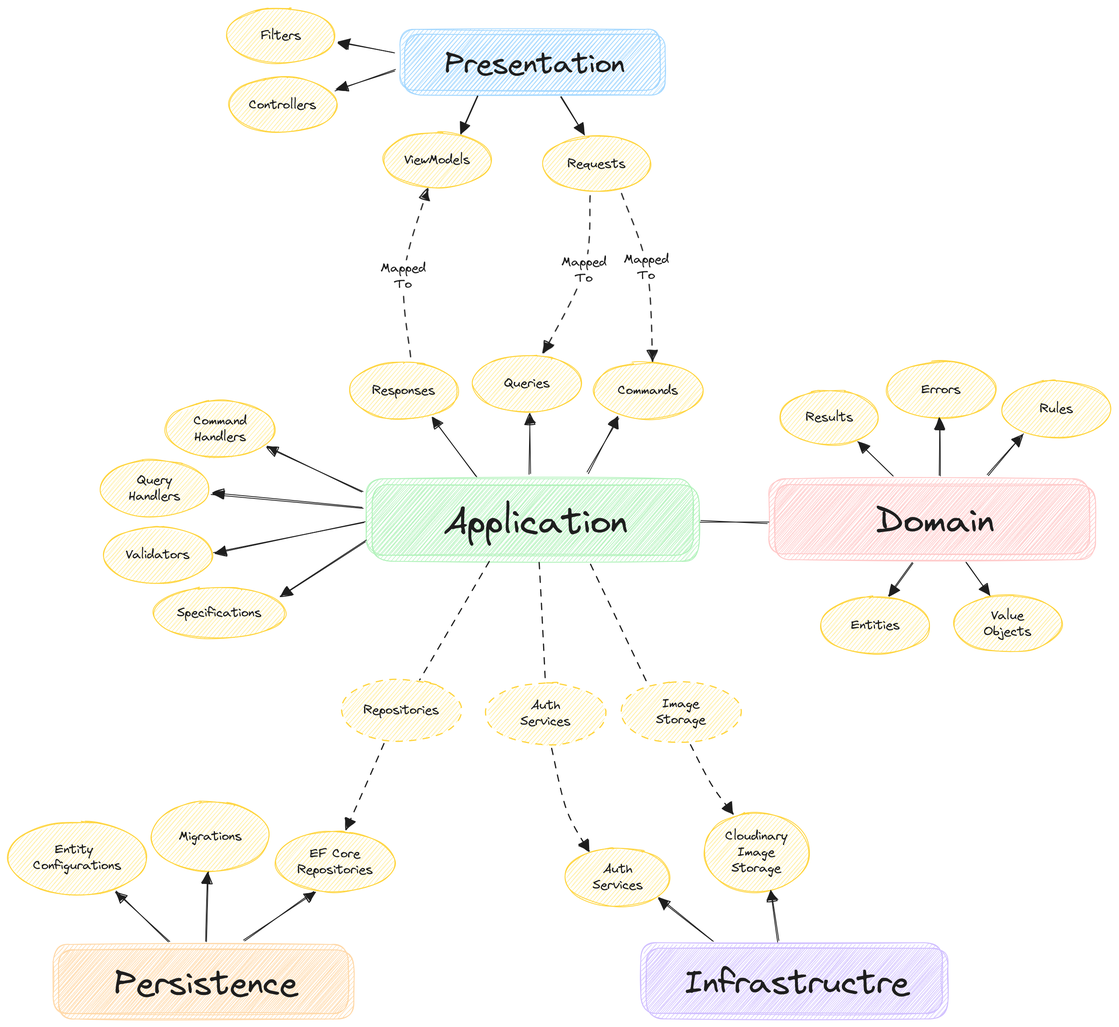
Above: documentations/Excalidraw-ComponentDiagram.png in DotNetBackendTraining/travel-and-accommodation-booking-platform (Excalidraw), before the change. Source tidied: one line per element, renumbered; positions are measured from the earlier drawing's top-left corner, leaving out a move shared by most shapes.
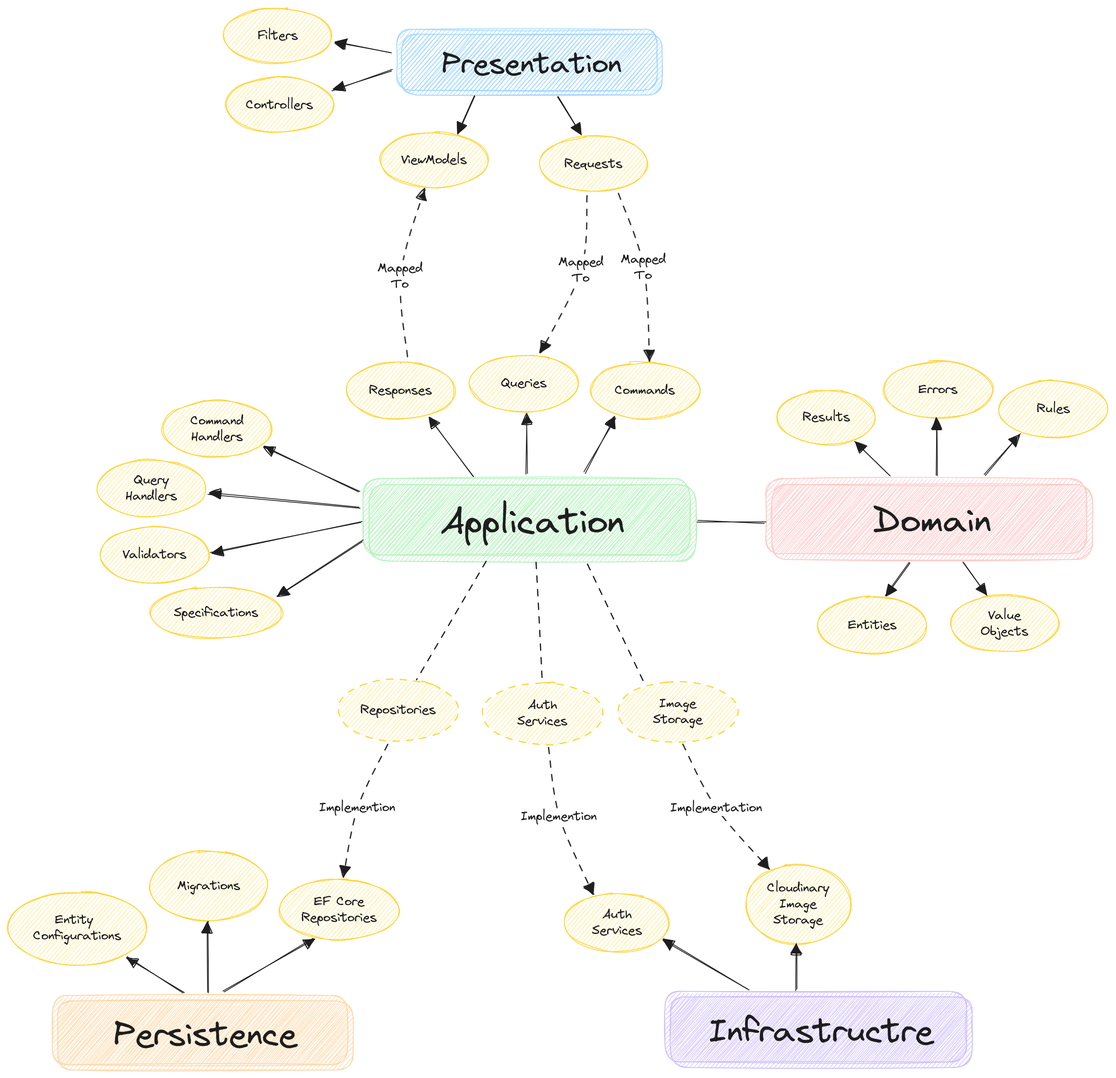
Above is the later version.

Commit message:
TABP-233 Add QueryRequestFlow diagram

Diff of the diagram source:
```diff
@@ -7,12 +7,12 @@
 {"id": 6, "type": "rectangle", "strokeColor": "#ffc9c9", "backgroundColor": "#ffc9c9", "fillStyle": "hachure", "strokeWidth": 1, "roughness": 1, "round": true, "x": 950, "y": 587, "width": 400, "height": 94}
 {"id": 7, "type": "rectangle", "strokeColor": "#ffc9c9", "backgroundColor": "#ffc9c9", "fillStyle": "hachure", "strokeWidth": 1, "roughness": 1, "round": true, "x": 957, "y": 595, "width": 400, "height": 94}
 {"id": 8, "type": "text", "text": "Domain", "strokeColor": "#1e1e1e", "backgroundColor": "#ffc9c9", "fillStyle": "hachure", "strokeWidth": 1, "roughness": 1, "fontSize": 44.34, "fontFamily": 1, "textAlign": "center", "verticalAlign": "middle", "inside": 7, "x": 1084, "y": 614, "width": 148, "height": 55}
-{"id": 9, "type": "rectangle", "strokeColor": "#d0bfff", "backgroundColor": "#d0bfff", "fillStyle": "hachure", "strokeWidth": 1, "roughness": 1, "round": true, "x": 790, "y": 1166, "width": 377, "height": 88}
+{"id": 9, "type": "rectangle", "strokeColor": "#d0bfff", "backgroundColor": "#d0bfff", "fillStyle": "hachure", "strokeWidth": 1, "roughness": 1, "round": true, "x": 824, "y": 1227, "width": 377, "height": 88}
-{"id": 10, "type": "rectangle", "strokeColor": "#d0bfff", "backgroundColor": "#d0bfff", "fillStyle": "hachure", "strokeWidth": 1, "roughness": 1, "round": true, "x": 797, "y": 1173, "width": 377, "height": 88}
+{"id": 10, "type": "rectangle", "strokeColor": "#d0bfff", "backgroundColor": "#d0bfff", "fillStyle": "hachure", "strokeWidth": 1, "roughness": 1, "round": true, "x": 831, "y": 1234, "width": 377, "height": 88}
-{"id": 11, "type": "text", "text": "Infrastructre", "strokeColor": "#1e1e1e", "backgroundColor": "#d0bfff", "fillStyle": "hachure", "strokeWidth": 1, "roughness": 1, "fontSize": 41.71, "fontFamily": 1, "textAlign": "center", "verticalAlign": "middle", "inside": 10, "x": 844, "y": 1191, "width": 282, "height": 52}
+{"id": 11, "type": "text", "text": "Infrastructre", "strokeColor": "#1e1e1e", "backgroundColor": "#d0bfff", "fillStyle": "hachure", "strokeWidth": 1, "roughness": 1, "fontSize": 41.71, "fontFamily": 1, "textAlign": "center", "verticalAlign": "middle", "inside": 10, "x": 878, "y": 1252, "width": 282, "height": 52}
-{"id": 12, "type": "rectangle", "strokeColor": "#ffd8a8", "backgroundColor": "#ffd8a8", "fillStyle": "hachure", "strokeWidth": 1, "roughness": 1, "round": true, "x": 56, "y": 1168, "width": 369, "height": 86}
+{"id": 12, "type": "rectangle", "strokeColor": "#ffd8a8", "backgroundColor": "#ffd8a8", "fillStyle": "hachure", "strokeWidth": 1, "roughness": 1, "round": true, "x": 59, "y": 1232, "width": 369, "height": 86}
-{"id": 13, "type": "rectangle", "strokeColor": "#ffd8a8", "backgroundColor": "#ffd8a8", "fillStyle": "hachure", "strokeWidth": 1, "roughness": 1, "round": true, "x": 63, "y": 1175, "width": 369, "height": 86}
+{"id": 13, "type": "rectangle", "strokeColor": "#ffd8a8", "backgroundColor": "#ffd8a8", "fillStyle": "hachure", "strokeWidth": 1, "roughness": 1, "round": true, "x": 66, "y": 1239, "width": 369, "height": 86}
-{"id": 14, "type": "text", "text": "Persistence", "strokeColor": "#1e1e1e", "backgroundColor": "#ffd8a8", "fillStyle": "hachure", "strokeWidth": 1, "roughness": 1, "fontSize": 40.83, "fontFamily": 1, "textAlign": "center", "verticalAlign": "middle", "inside": 13, "x": 132, "y": 1193, "width": 230, "height": 51}
+{"id": 14, "type": "text", "text": "Persistence", "strokeColor": "#1e1e1e", "backgroundColor": "#ffd8a8", "fillStyle": "hachure", "strokeWidth": 1, "roughness": 1, "fontSize": 40.83, "fontFamily": 1, "textAlign": "center", "verticalAlign": "middle", "inside": 13, "x": 135, "y": 1257, "width": 230, "height": 51}
 {"id": 15, "type": "ellipse", "strokeColor": "#ffd43b", "backgroundColor": "#ffec99", "fillStyle": "hachure", "strokeWidth": 1, "roughness": 1, "round": true, "x": 731, "y": 442, "width": 136, "height": 71}
 {"id": 16, "type": "text", "text": "Commands", "strokeColor": "#1e1e1e", "backgroundColor": "#b2f2bb", "fillStyle": "hachure", "strokeWidth": 1, "strokeStyle": "dashed", "roughness": 1, "fontSize": 16, "fontFamily": 1, "textAlign": "center", "verticalAlign": "middle", "inside": 15, "x": 761, "y": 467, "width": 75, "height": 20}
 {"id": 17, "type": "ellipse", "strokeColor": "#ffd43b", "backgroundColor": "#ffec99", "fillStyle": "hachure", "strokeWidth": 1, "roughness": 1, "round": true, "x": 580, "y": 433, "width": 136, "height": 71}
@@ -29,30 +29,33 @@
 {"id": 28, "type": "ellipse", "strokeColor": "#ffd43b", "backgroundColor": "#ffec99", "fillStyle": "hachure", "strokeWidth": 1, "roughness": 1, "round": true, "x": 181, "y": 723, "width": 165, "height": 64}
 {"id": 29, "type": "text", "text": "Specifications", "strokeColor": "#1e1e1e", "backgroundColor": "#b2f2bb", "fillStyle": "hachure", "strokeWidth": 1, "strokeStyle": "dashed", "roughness": 1, "fontSize": 16, "fontFamily": 1, "textAlign": "center", "verticalAlign": "middle", "inside": 28, "x": 211, "y": 745, "width": 105, "height": 20}
 {"id": 30, "type": "arrow", "strokeColor": "#1e1e1e", "backgroundColor": "#ffd8a8", "fillStyle": "hachure", "strokeWidth": 1, "roughness": 1, "endArrowhead": "triangle", "round": true, "from": 4, "to": 28, "x": 447, "y": 664, "width": 106, "height": 69, "points": [[0, 0], [-106, 69]]}
-{"id": 31, "type": "ellipse", "strokeColor": "#ffd43b", "backgroundColor": "#ffec99", "fillStyle": "hachure", "strokeWidth": 1, "roughness": 1, "round": true, "x": 334, "y": 1028, "width": 149, "height": 75}
+{"id": 31, "type": "ellipse", "strokeColor": "#ffd43b", "backgroundColor": "#ffec99", "fillStyle": "hachure", "strokeWidth": 1, "roughness": 1, "round": true, "x": 343, "y": 1088, "width": 149, "height": 75}
-{"id": 32, "type": "text", "text": "EF Core\nRepositories", "strokeColor": "#1e1e1e", "backgroundColor": "#b2f2bb", "fillStyle": "hachure", "strokeWidth": 1, "strokeStyle": "dashed", "roughness": 1, "fontSize": 16, "fontFamily": 1, "textAlign": "center", "verticalAlign": "middle", "inside": 31, "x": 361, "y": 1045, "width": 94, "height": 40}
+{"id": 32, "type": "text", "text": "EF Core\nRepositories", "strokeColor": "#1e1e1e", "backgroundColor": "#b2f2bb", "fillStyle": "hachure", "strokeWidth": 1, "strokeStyle": "dashed", "roughness": 1, "fontSize": 16, "fontFamily": 1, "textAlign": "center", "verticalAlign": "middle", "inside": 31, "x": 370, "y": 1105, "width": 94, "height": 40}
-{"id": 33, "type": "ellipse", "strokeColor": "#ffd43b", "backgroundColor": "#ffec99", "fillStyle": "hachure", "strokeWidth": 1, "roughness": 1, "round": true, "x": 0, "y": 1015, "width": 173, "height": 91}
+{"id": 33, "type": "ellipse", "strokeColor": "#ffd43b", "backgroundColor": "#ffec99", "fillStyle": "hachure", "strokeWidth": 1, "roughness": 1, "round": true, "x": 4, "y": 1103, "width": 173, "height": 91}
-{"id": 34, "type": "text", "text": "Entity \nConfigurations", "strokeColor": "#1e1e1e", "backgroundColor": "#b2f2bb", "fillStyle": "hachure", "strokeWidth": 1, "strokeStyle": "dashed", "roughness": 1, "fontSize": 16, "fontFamily": 1, "textAlign": "center", "verticalAlign": "middle", "inside": 33, "x": 31, "y": 1040, "width": 110, "height": 40}
+{"id": 34, "type": "text", "text": "Entity \nConfigurations", "strokeColor": "#1e1e1e", "backgroundColor": "#b2f2bb", "fillStyle": "hachure", "strokeWidth": 1, "strokeStyle": "dashed", "roughness": 1, "fontSize": 16, "fontFamily": 1, "textAlign": "center", "verticalAlign": "middle", "inside": 33, "x": 35, "y": 1128, "width": 110, "height": 40}
-{"id": 35, "type": "ellipse", "strokeColor": "#ffd43b", "backgroundColor": "#ffec99", "fillStyle": "hachure", "strokeWidth": 1, "roughness": 1, "round": true, "x": 179, "y": 990, "width": 147, "height": 87}
+{"id": 35, "type": "ellipse", "strokeColor": "#ffd43b", "backgroundColor": "#ffec99", "fillStyle": "hachure", "strokeWidth": 1, "roughness": 1, "round": true, "x": 181, "y": 1052, "width": 147, "height": 87}
-{"id": 36, "type": "text", "text": "Migrations", "strokeColor": "#1e1e1e", "backgroundColor": "#b2f2bb", "fillStyle": "hachure", "strokeWidth": 1, "strokeStyle": "dashed", "roughness": 1, "fontSize": 16, "fontFamily": 1, "textAlign": "center", "verticalAlign": "middle", "inside": 35, "x": 213, "y": 1024, "width": 79, "height": 20}
+{"id": 36, "type": "text", "text": "Migrations", "strokeColor": "#1e1e1e", "backgroundColor": "#b2f2bb", "fillStyle": "hachure", "strokeWidth": 1, "strokeStyle": "dashed", "roughness": 1, "fontSize": 16, "fontFamily": 1, "textAlign": "center", "verticalAlign": "middle", "inside": 35, "x": 215, "y": 1086, "width": 79, "height": 20}
-{"id": 37, "type": "arrow", "strokeColor": "#1e1e1e", "backgroundColor": "#ffd8a8", "fillStyle": "hachure", "strokeWidth": 1, "roughness": 1, "endArrowhead": "triangle", "round": true, "from": 13, "to": 33, "x": 201, "y": 1164, "width": 67, "height": 62, "points": [[0, 0], [-67, -62]]}
+{"id": 37, "type": "arrow", "strokeColor": "#1e1e1e", "backgroundColor": "#ffd8a8", "fillStyle": "hachure", "strokeWidth": 1, "roughness": 1, "endArrowhead": "triangle", "round": true, "from": 13, "to": 33, "x": 224, "y": 1228, "width": 72, "height": 44, "points": [[0, 0], [-72, -44]]}
-{"id": 38, "type": "arrow", "strokeColor": "#1e1e1e", "backgroundColor": "#ffd8a8", "fillStyle": "hachure", "strokeWidth": 1, "roughness": 1, "endArrowhead": "triangle", "round": true, "from": 13, "to": 35, "x": 247, "y": 1164, "width": 3, "height": 85, "points": [[0, 0], [3, -85]]}
+{"id": 38, "type": "arrow", "strokeColor": "#1e1e1e", "backgroundColor": "#ffd8a8", "fillStyle": "hachure", "strokeWidth": 1, "roughness": 1, "endArrowhead": "triangle", "round": true, "from": 13, "to": 35, "x": 254, "y": 1228, "width": 0, "height": 87, "points": [[0, 0], [0, -87]]}
-{"id": 39, "type": "arrow", "strokeColor": "#1e1e1e", "backgroundColor": "#ffd8a8", "fillStyle": "hachure", "strokeWidth": 1, "roughness": 1, "endArrowhead": "triangle", "round": true, "from": 13, "to": 31, "x": 295, "y": 1164, "width": 87, "height": 61, "points": [[0, 0], [87, -61]]}
+{"id": 39, "type": "arrow", "strokeColor": "#1e1e1e", "backgroundColor": "#ffd8a8", "fillStyle": "hachure", "strokeWidth": 1, "roughness": 1, "endArrowhead": "triangle", "round": true, "from": 13, "to": 31, "x": 274, "y": 1228, "width": 112, "height": 66, "points": [[0, 0], [112, -66]]}
-{"id": 40, "type": "arrow", "strokeColor": "#1e1e1e", "backgroundColor": "#ffd8a8", "fillStyle": "hachure", "strokeWidth": 1, "strokeStyle": "dashed", "roughness": 1, "endArrowhead": "triangle", "round": true, "from": 22, "to": 31, "x": 469, "y": 918, "width": 46, "height": 107, "points": [[0, 0], [-24, 56], [-46, 107]]}
+{"id": 40, "type": "arrow", "strokeColor": "#1e1e1e", "backgroundColor": "#ffd8a8", "fillStyle": "hachure", "strokeWidth": 1, "strokeStyle": "dashed", "roughness": 1, "endArrowhead": "triangle", "round": true, "from": 22, "to": 31, "x": 477, "y": 919, "width": 54, "height": 166, "points": [[0, 0], [-37, 79], [-54, 166]]}
+{"id": 97, "type": "text", "text": "Implemention", "strokeColor": "#1e1e1e", "backgroundColor": "#ffd8a8", "fillStyle": "hachure", "strokeWidth": 1, "strokeStyle": "dashed", "roughness": 1, "fontSize": 16, "fontFamily": 1, "textAlign": "center", "verticalAlign": "middle", "inside": 40, "x": 393, "y": 988, "width": 95, "height": 20}
 {"id": 41, "type": "ellipse", "strokeColor": "#ffd43b", "backgroundColor": "#ffec99", "fillStyle": "hachure", "strokeWidth": 1, "strokeStyle": "dashed", "roughness": 1, "round": true, "x": 596, "y": 842, "width": 150, "height": 77}
 {"id": 42, "type": "text", "text": "Auth\nServices", "strokeColor": "#1e1e1e", "backgroundColor": "#b2f2bb", "fillStyle": "hachure", "strokeWidth": 1, "strokeStyle": "dashed", "roughness": 1, "fontSize": 16, "fontFamily": 1, "textAlign": "center", "verticalAlign": "middle", "inside": 41, "x": 640, "y": 860, "width": 63, "height": 40}
 {"id": 43, "type": "arrow", "strokeColor": "#1e1e1e", "backgroundColor": "#ffd8a8", "fillStyle": "hachure", "strokeWidth": 1, "strokeStyle": "dashed", "roughness": 1, "round": true, "from": 4, "to": 41, "x": 662, "y": 692, "width": 8, "height": 145, "points": [[0, 0], [8, 145]]}
-{"id": 44, "type": "ellipse", "strokeColor": "#ffd43b", "backgroundColor": "#ffec99", "fillStyle": "hachure", "strokeWidth": 1, "roughness": 1, "round": true, "x": 696, "y": 1048, "width": 131, "height": 73}
+{"id": 44, "type": "ellipse", "strokeColor": "#ffd43b", "backgroundColor": "#ffec99", "fillStyle": "hachure", "strokeWidth": 1, "roughness": 1, "round": true, "x": 698, "y": 1105, "width": 131, "height": 73}
-{"id": 45, "type": "text", "text": "Auth\nServices", "strokeColor": "#1e1e1e", "backgroundColor": "#b2f2bb", "fillStyle": "hachure", "strokeWidth": 1, "strokeStyle": "dashed", "roughness": 1, "fontSize": 16, "fontFamily": 1, "textAlign": "center", "verticalAlign": "middle", "inside": 44, "x": 730, "y": 1065, "width": 63, "height": 40}
+{"id": 45, "type": "text", "text": "Auth\nServices", "strokeColor": "#1e1e1e", "backgroundColor": "#b2f2bb", "fillStyle": "hachure", "strokeWidth": 1, "strokeStyle": "dashed", "roughness": 1, "fontSize": 16, "fontFamily": 1, "textAlign": "center", "verticalAlign": "middle", "inside": 44, "x": 733, "y": 1122, "width": 63, "height": 40}
-{"id": 46, "type": "arrow", "strokeColor": "#1e1e1e", "backgroundColor": "#ffd8a8", "fillStyle": "hachure", "strokeWidth": 1, "roughness": 1, "endArrowhead": "triangle", "round": true, "from": 10, "to": 44, "x": 880, "y": 1164, "width": 67, "height": 54, "points": [[0, 0], [-67, -54]]}
+{"id": 46, "type": "arrow", "strokeColor": "#1e1e1e", "backgroundColor": "#ffd8a8", "fillStyle": "hachure", "strokeWidth": 1, "roughness": 1, "endArrowhead": "triangle", "round": true, "from": 10, "to": 44, "x": 928, "y": 1225, "width": 106, "height": 63, "points": [[0, 0], [-106, -63]]}
-{"id": 47, "type": "ellipse", "strokeColor": "#ffd43b", "backgroundColor": "#ffec99", "fillStyle": "hachure", "strokeWidth": 1, "roughness": 1, "round": true, "x": 868, "y": 1004, "width": 131, "height": 99}
+{"id": 47, "type": "ellipse", "strokeColor": "#ffd43b", "backgroundColor": "#ffec99", "fillStyle": "hachure", "strokeWidth": 1, "roughness": 1, "round": true, "x": 924, "y": 1069, "width": 131, "height": 99}
-{"id": 48, "type": "text", "text": "Cloudinary\nImage\nStorage", "strokeColor": "#1e1e1e", "backgroundColor": "#b2f2bb", "fillStyle": "hachure", "strokeWidth": 1, "strokeStyle": "dashed", "roughness": 1, "fontSize": 16, "fontFamily": 1, "textAlign": "center", "verticalAlign": "middle", "inside": 47, "x": 895, "y": 1023, "width": 78, "height": 60}
+{"id": 48, "type": "text", "text": "Cloudinary\nImage\nStorage", "strokeColor": "#1e1e1e", "backgroundColor": "#b2f2bb", "fillStyle": "hachure", "strokeWidth": 1, "strokeStyle": "dashed", "roughness": 1, "fontSize": 16, "fontFamily": 1, "textAlign": "center", "verticalAlign": "middle", "inside": 47, "x": 951, "y": 1088, "width": 78, "height": 60}
-{"id": 49, "type": "arrow", "strokeColor": "#1e1e1e", "backgroundColor": "#ffd8a8", "fillStyle": "hachure", "strokeWidth": 1, "roughness": 1, "endArrowhead": "triangle", "round": true, "from": 10, "to": 47, "x": 962, "y": 1164, "width": 10, "height": 62, "points": [[0, 0], [-10, -62]]}
+{"id": 49, "type": "arrow", "strokeColor": "#1e1e1e", "backgroundColor": "#ffd8a8", "fillStyle": "hachure", "strokeWidth": 1, "roughness": 1, "endArrowhead": "triangle", "round": true, "from": 10, "to": 47, "x": 989, "y": 1225, "width": 1, "height": 56, "points": [[0, 0], [-1, -56]]}
-{"id": 50, "type": "arrow", "strokeColor": "#1e1e1e", "backgroundColor": "#ffd8a8", "fillStyle": "hachure", "strokeWidth": 1, "strokeStyle": "dashed", "roughness": 1, "endArrowhead": "triangle", "round": true, "from": 41, "to": 44, "x": 679, "y": 924, "width": 47, "height": 128, "points": [[0, 0], [18, 76], [47, 128]]}
+{"id": 50, "type": "arrow", "strokeColor": "#1e1e1e", "backgroundColor": "#ffd8a8", "fillStyle": "hachure", "strokeWidth": 1, "strokeStyle": "dashed", "roughness": 1, "endArrowhead": "triangle", "round": true, "from": 41, "to": 44, "x": 679, "y": 923, "width": 56, "height": 183, "points": [[0, 0], [13, 86], [56, 183]]}
+{"id": 98, "type": "text", "text": "Implemention", "strokeColor": "#1e1e1e", "backgroundColor": "#ffd8a8", "fillStyle": "hachure", "strokeWidth": 1, "strokeStyle": "dashed", "roughness": 1, "fontSize": 16, "fontFamily": 1, "textAlign": "center", "verticalAlign": "middle", "inside": 50, "x": 640, "y": 997, "width": 95, "height": 20}
 {"id": 51, "type": "ellipse", "strokeColor": "#ffd43b", "backgroundColor": "#ffec99", "fillStyle": "hachure", "strokeWidth": 1, "strokeStyle": "dashed", "roughness": 1, "round": true, "x": 765, "y": 840, "width": 150, "height": 77}
 {"id": 52, "type": "text", "text": "Image\nStorage", "strokeColor": "#1e1e1e", "backgroundColor": "#b2f2bb", "fillStyle": "hachure", "strokeWidth": 1, "strokeStyle": "dashed", "roughness": 1, "fontSize": 16, "fontFamily": 1, "textAlign": "center", "verticalAlign": "middle", "inside": 51, "x": 809, "y": 858, "width": 62, "height": 40}
 {"id": 53, "type": "arrow", "strokeColor": "#1e1e1e", "backgroundColor": "#ffd8a8", "fillStyle": "hachure", "strokeWidth": 1, "strokeStyle": "dashed", "roughness": 1, "round": true, "from": 4, "to": 51, "x": 727, "y": 695, "width": 71, "height": 147, "points": [[0, 0], [71, 147]]}
-{"id": 54, "type": "arrow", "strokeColor": "#1e1e1e", "backgroundColor": "#ffd8a8", "fillStyle": "hachure", "strokeWidth": 1, "strokeStyle": "dashed", "roughness": 1, "endArrowhead": "triangle", "round": true, "from": 51, "to": 47, "x": 852, "y": 919, "width": 53, "height": 85, "points": [[0, 0], [27, 51], [53, 85]]}
+{"id": 54, "type": "arrow", "strokeColor": "#1e1e1e", "backgroundColor": "#ffd8a8", "fillStyle": "hachure", "strokeWidth": 1, "strokeStyle": "dashed", "roughness": 1, "endArrowhead": "triangle", "round": true, "from": 51, "to": 47, "x": 846, "y": 918, "width": 107, "height": 155, "points": [[0, 0], [42, 80], [107, 155]]}
+{"id": 99, "type": "text", "text": "Implementation", "strokeColor": "#1e1e1e", "backgroundColor": "#ffd8a8", "fillStyle": "hachure", "strokeWidth": 1, "strokeStyle": "dashed", "roughness": 1, "fontSize": 16, "fontFamily": 1, "textAlign": "center", "verticalAlign": "middle", "inside": 54, "x": 832, "y": 978, "width": 115, "height": 20}
 {"id": 55, "type": "ellipse", "strokeColor": "#ffd43b", "backgroundColor": "#ffec99", "fillStyle": "hachure", "strokeWidth": 1, "roughness": 1, "round": true, "x": 115, "y": 564, "width": 136, "height": 71}
 {"id": 56, "type": "text", "text": "Query\nHandlers", "strokeColor": "#1e1e1e", "backgroundColor": "#b2f2bb", "fillStyle": "hachure", "strokeWidth": 1, "strokeStyle": "dashed", "roughness": 1, "fontSize": 16, "fontFamily": 1, "textAlign": "center", "verticalAlign": "middle", "inside": 55, "x": 150, "y": 579, "width": 65, "height": 40}
 {"id": 57, "type": "ellipse", "strokeColor": "#ffd43b", "backgroundColor": "#ffec99", "fillStyle": "hachure", "strokeWidth": 1, "roughness": 1, "round": true, "x": 197, "y": 490, "width": 136, "height": 71}
```
